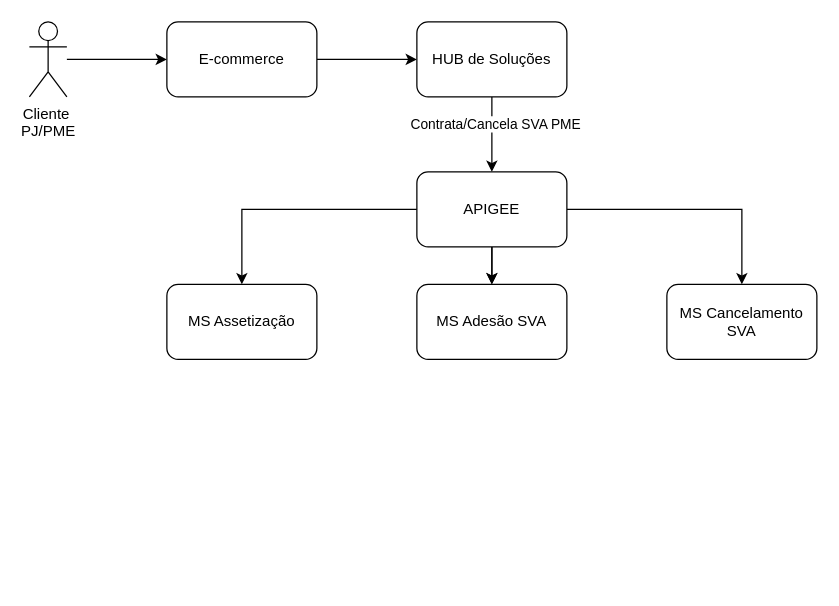
Above: 123937 Integ. ecommerce Soluções Dig. Jornada Fixa.drawio in samirali/ClaroBrasil (draw.io), before the change. Source tidied: cells renumbered, new cells numbered last; positions are measured from the earlier drawing's top-left corner, leaving out a move shared by most shapes. Both pictures are drawn from the tidied source at 125%, with x=0, y=0 at pixel (29, 21).
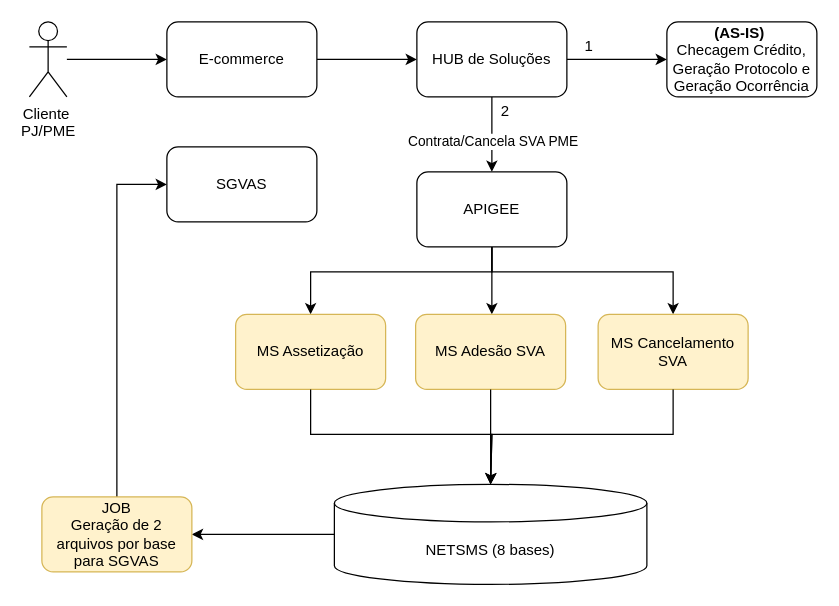
The same page after the edit.

The change refers to these unchanged cells:
```xml
<mxCell id="6" style="edgeStyle=orthogonalEdgeStyle;rounded=0;jettySize=auto;html=1;" parent="1" edge="1" source="8" target="13">
  <mxGeometry relative="1" as="geometry" />
</mxCell>
<mxCell id="8" value="HUB de Soluções" style="whiteSpace=wrap;html=1;rounded=1;" parent="1" vertex="1">
  <mxGeometry x="310" width="120" height="60" as="geometry" />
</mxCell>
<mxCell id="13" value="APIGEE" style="whiteSpace=wrap;html=1;rounded=1;" parent="1" vertex="1">
  <mxGeometry x="310" y="120" width="120" height="60" as="geometry" />
</mxCell>
```

What changed in the source:
```diff
@@
     <mxCell id="7" value="Contrata/Cancela SVA PME" style="edgeLabel;html=1;align=center;verticalAlign=middle;" parent="6" vertex="1">
-      <mxGeometry x="-0.29" y="2" relative="1" as="geometry" />
+      <mxGeometry x="-0.29" y="2" relative="1" as="geometry">
+        <mxPoint x="-2" y="14" as="offset" />
+      </mxGeometry>
     </mxCell>
+    <mxCell id="17" style="edgeStyle=orthogonalEdgeStyle;rounded=0;jettySize=auto;html=1;exitX=1;exitY=0.5;exitDx=0;exitDy=0;entryX=0;entryY=0.5;entryDx=0;entryDy=0;" parent="1" edge="1" source="8" target="18">
+      <mxGeometry relative="1" as="geometry" />
+    </mxCell>
@@
     <mxCell id="9" style="edgeStyle=orthogonalEdgeStyle;rounded=0;jettySize=auto;html=1;" parent="1" edge="1" source="13" target="14">
-      <mxGeometry relative="1" as="geometry" />
+      <mxGeometry relative="1" as="geometry">
+        <Array as="points">
+          <mxPoint x="370" y="200" />
+          <mxPoint x="225" y="200" />
+        </Array>
+      </mxGeometry>
     </mxCell>
     <mxCell id="10" style="edgeStyle=orthogonalEdgeStyle;rounded=0;jettySize=auto;html=1;" parent="1" edge="1" source="13" target="15">
-      <mxGeometry relative="1" as="geometry" />
+      <mxGeometry relative="1" as="geometry">
+        <Array as="points">
+          <mxPoint x="370" y="230" />
+          <mxPoint x="370" y="230" />
+        </Array>
+      </mxGeometry>
     </mxCell>
-    <mxCell id="11" style="edgeStyle=orthogonalEdgeStyle;rounded=0;jettySize=auto;html=1;" parent="1" edge="1" source="13" target="15">
-      <mxGeometry relative="1" as="geometry" />
-    </mxCell>
     <mxCell id="12" style="edgeStyle=orthogonalEdgeStyle;rounded=0;jettySize=auto;html=1;" parent="1" edge="1" source="13" target="16">
-      <mxGeometry relative="1" as="geometry" />
+      <mxGeometry relative="1" as="geometry">
+        <Array as="points">
+          <mxPoint x="370" y="200" />
+          <mxPoint x="515" y="200" />
+        </Array>
+      </mxGeometry>
     </mxCell>
@@
-    <mxCell id="14" value="MS Assetização" style="whiteSpace=wrap;html=1;rounded=1;" parent="1" vertex="1">
-      <mxGeometry x="110" y="210" width="120" height="60" as="geometry" />
+    <mxCell id="14" value="MS Assetização" style="whiteSpace=wrap;html=1;rounded=1;fillColor=#fff2cc;strokeColor=#d6b656;" parent="1" vertex="1">
+      <mxGeometry x="165" y="234" width="120" height="60" as="geometry" />
     </mxCell>
-    <mxCell id="15" value="MS Adesão SVA" style="whiteSpace=wrap;html=1;rounded=1;" parent="1" vertex="1">
-      <mxGeometry x="310" y="210" width="120" height="60" as="geometry" />
+    <mxCell id="15" value="MS Adesão SVA" style="whiteSpace=wrap;html=1;rounded=1;fillColor=#fff2cc;strokeColor=#d6b656;" parent="1" vertex="1">
+      <mxGeometry x="309" y="234" width="120" height="60" as="geometry" />
     </mxCell>
-    <mxCell id="16" value="MS Cancelamento SVA" style="whiteSpace=wrap;html=1;rounded=1;" parent="1" vertex="1">
-      <mxGeometry x="510" y="210" width="120" height="60" as="geometry" />
+    <mxCell id="16" value="MS Cancelamento SVA" style="whiteSpace=wrap;html=1;rounded=1;fillColor=#fff2cc;strokeColor=#d6b656;" parent="1" vertex="1">
+      <mxGeometry x="455" y="234" width="120" height="60" as="geometry" />
     </mxCell>
+    <mxCell id="18" value="&lt;b&gt;(AS-IS)&amp;nbsp;&lt;/b&gt;&lt;div&gt;Checagem Crédito, Geração Protocolo e Geração Ocorrência&lt;/div&gt;" style="whiteSpace=wrap;html=1;rounded=1;" parent="1" vertex="1">
+      <mxGeometry x="510" width="120" height="60" as="geometry" />
+    </mxCell>
+    <mxCell id="19" value="1" style="text;html=1;align=center;verticalAlign=middle;whiteSpace=wrap;rounded=0;" parent="1" vertex="1">
+      <mxGeometry x="418" y="5" width="60" height="30" as="geometry" />
+    </mxCell>
+    <mxCell id="20" value="2" style="text;html=1;align=center;verticalAlign=middle;whiteSpace=wrap;rounded=0;" parent="1" vertex="1">
+      <mxGeometry x="351" y="57" width="60" height="30" as="geometry" />
+    </mxCell>
+    <mxCell id="21" style="edgeStyle=orthogonalEdgeStyle;rounded=0;jettySize=auto;html=1;entryX=1;entryY=0.5;entryDx=0;entryDy=0;" parent="1" edge="1" source="22" target="27">
+      <mxGeometry relative="1" as="geometry" />
+    </mxCell>
+    <mxCell id="22" value="NETSMS (8 bases)" style="shape=cylinder3;whiteSpace=wrap;html=1;boundedLbl=1;backgroundOutline=1;size=15;" parent="1" vertex="1">
+      <mxGeometry x="244" y="370" width="250" height="80" as="geometry" />
+    </mxCell>
+    <mxCell id="23" style="edgeStyle=orthogonalEdgeStyle;rounded=0;jettySize=auto;html=1;entryX=0.5;entryY=0;entryDx=0;entryDy=0;entryPerimeter=0;" parent="1" edge="1" source="14" target="22">
+      <mxGeometry relative="1" as="geometry">
+        <Array as="points">
+          <mxPoint x="225" y="330" />
+          <mxPoint x="369" y="330" />
+        </Array>
+      </mxGeometry>
+    </mxCell>
+    <mxCell id="24" style="edgeStyle=orthogonalEdgeStyle;rounded=0;jettySize=auto;html=1;entryX=0.5;entryY=0;entryDx=0;entryDy=0;entryPerimeter=0;" parent="1" edge="1" source="15" target="22">
+      <mxGeometry relative="1" as="geometry">
+        <Array as="points">
+          <mxPoint x="369" y="330" />
+          <mxPoint x="370" y="330" />
+        </Array>
+      </mxGeometry>
+    </mxCell>
+    <mxCell id="25" style="edgeStyle=orthogonalEdgeStyle;rounded=0;jettySize=auto;html=1;entryX=0.5;entryY=0;entryDx=0;entryDy=0;entryPerimeter=0;" parent="1" edge="1" source="16" target="22">
+      <mxGeometry relative="1" as="geometry">
+        <Array as="points">
+          <mxPoint x="515" y="330" />
+          <mxPoint x="370" y="330" />
+        </Array>
+      </mxGeometry>
+    </mxCell>
+    <mxCell id="26" style="edgeStyle=orthogonalEdgeStyle;rounded=0;jettySize=auto;html=1;entryX=0;entryY=0.5;entryDx=0;entryDy=0;" parent="1" edge="1" source="27" target="28">
+      <mxGeometry relative="1" as="geometry" />
+    </mxCell>
+    <mxCell id="27" value="JOB&lt;div&gt;Geração de 2 arquivos por base para SGVAS&lt;/div&gt;" style="rounded=1;whiteSpace=wrap;html=1;fillColor=#fff2cc;strokeColor=#d6b656;" parent="1" vertex="1">
+      <mxGeometry x="10" y="380" width="120" height="60" as="geometry" />
+    </mxCell>
+    <mxCell id="28" value="SGVAS" style="rounded=1;whiteSpace=wrap;html=1;" parent="1" vertex="1">
+      <mxGeometry x="110" y="100" width="120" height="60" as="geometry" />
+    </mxCell>
```
